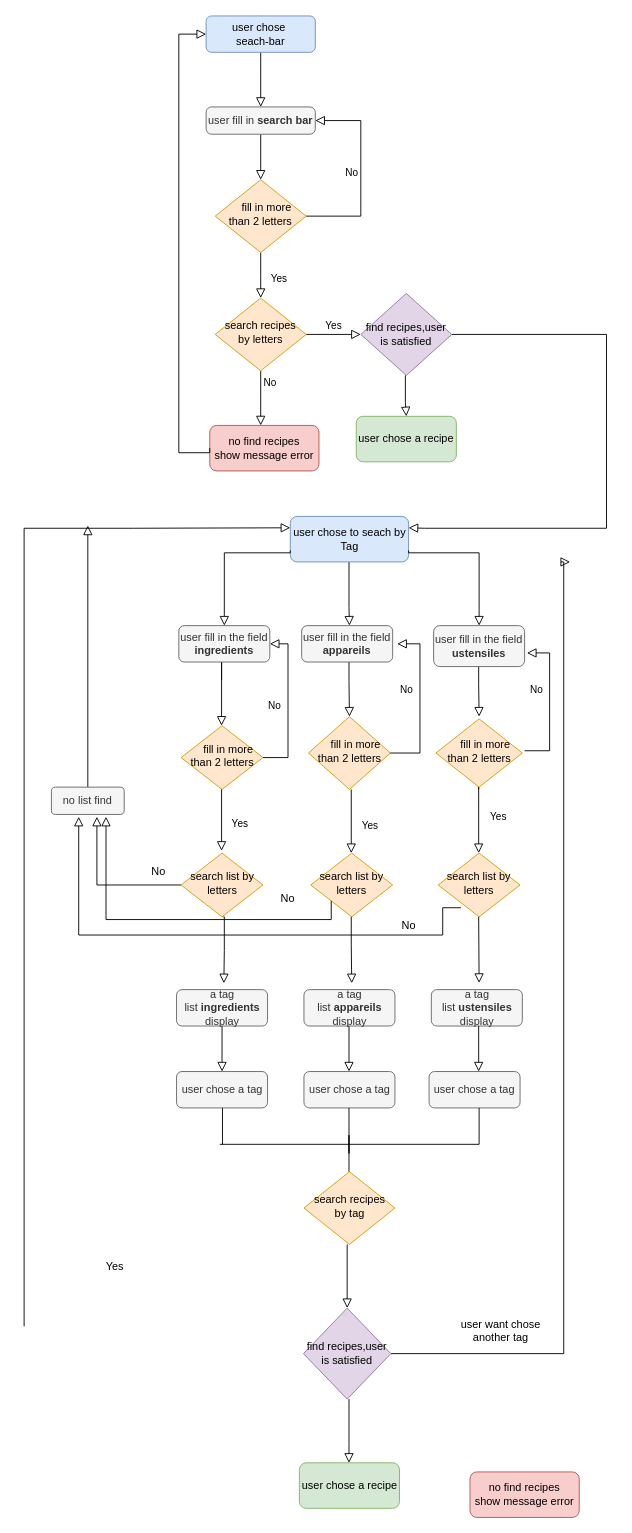
Above: Diagramme sans nom.drawio in YU-KENT/les-petits-plats (draw.io), before the change. Source tidied: cells renumbered, new cells numbered last; positions are measured from the earlier drawing's top-left corner, leaving out a move shared by most shapes. Both pictures are drawn from the tidied source at 91%, with x=0, y=0 at pixel (24, 15).
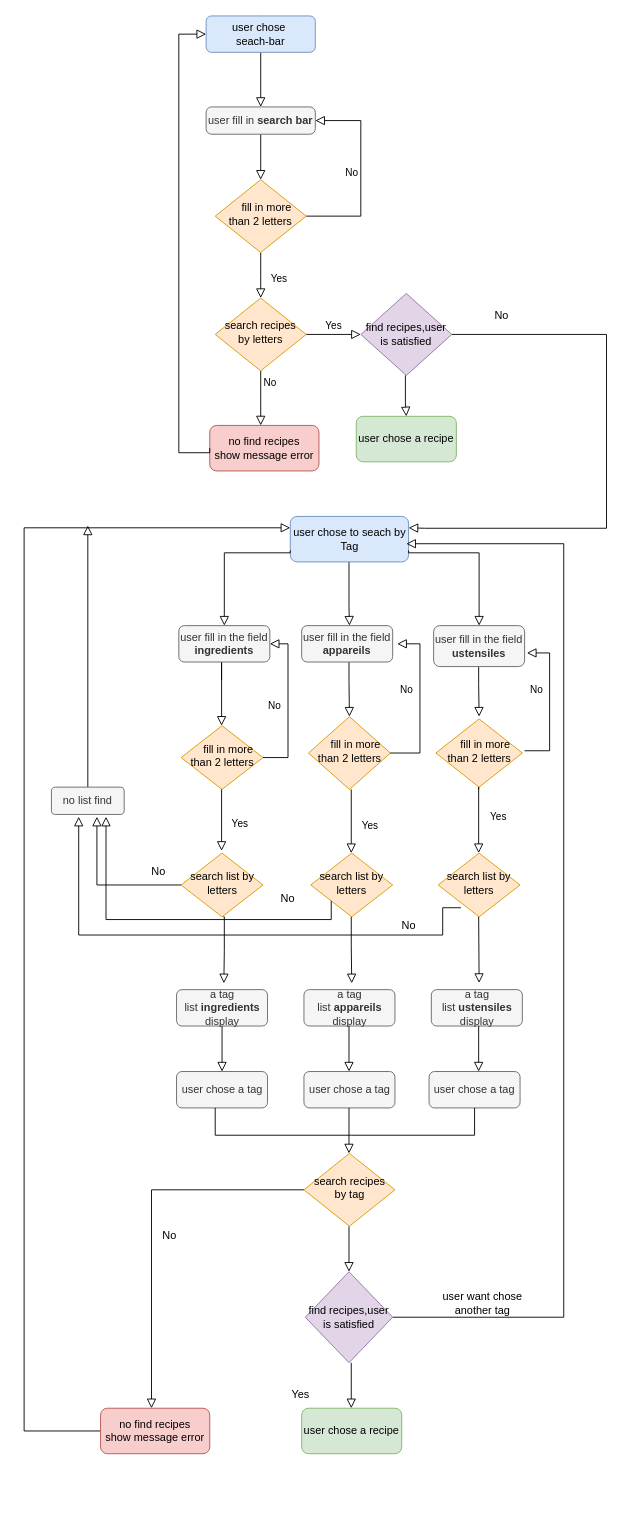
The same page after the edit.

Commit message:
Mettre à jour Diagramme sans nom.drawio

Unchanged cells that the change refers to:
```xml
<mxCell id="9" value="&amp;nbsp; &amp;nbsp; fill in more than 2 letters" style="rhombus;whiteSpace=wrap;html=1;shadow=0;fontFamily=Helvetica;fontSize=12;align=center;strokeWidth=1;spacing=6;spacingTop=-4;fillColor=#ffe6cc;strokeColor=#d79b00;" parent="1" vertex="1">
  <mxGeometry x="210" y="180" width="100" height="80" as="geometry" />
</mxCell>
<mxCell id="32" value="user chose to seach by Tag" style="rounded=1;whiteSpace=wrap;html=1;fontSize=12;glass=0;strokeWidth=1;shadow=0;fillColor=#dae8fc;strokeColor=#6c8ebf;" parent="1" vertex="1">
  <mxGeometry x="292.5" y="550" width="130" height="50" as="geometry" />
</mxCell>
<mxCell id="46" value="user chose a tag" style="rounded=1;whiteSpace=wrap;html=1;fillColor=#f5f5f5;fontColor=#333333;strokeColor=#666666;" parent="1" vertex="1">
  <mxGeometry x="445" y="1160" width="100" height="40" as="geometry" />
</mxCell>
```

Diff of the diagram source:
```diff
@@
     <mxCell id="2" style="rounded=0;html=1;jettySize=auto;orthogonalLoop=1;fontSize=11;endArrow=block;endFill=0;endSize=8;strokeWidth=1;shadow=0;labelBackgroundColor=none;edgeStyle=orthogonalEdgeStyle;startArrow=none;" parent="1" edge="1">
       <mxGeometry relative="1" as="geometry">
-        <mxPoint x="357" y="1520" as="sourcePoint" />
-        <mxPoint x="357" y="1590" as="targetPoint" />
+        <mxPoint x="359.5" y="1480" as="sourcePoint" />
+        <mxPoint x="359.5" y="1530" as="targetPoint" />
         <Array as="points">
-          <mxPoint x="357.5" y="1570" />
-          <mxPoint x="357.5" y="1570" />
+          <mxPoint x="360" y="1530" />
+          <mxPoint x="360" y="1530" />
         </Array>
       </mxGeometry>
     </mxCell>
     <mxCell id="3" style="rounded=0;html=1;jettySize=auto;orthogonalLoop=1;fontSize=11;endArrow=block;endFill=0;endSize=8;strokeWidth=1;shadow=0;labelBackgroundColor=none;edgeStyle=orthogonalEdgeStyle;startArrow=none;" parent="1" edge="1">
       <mxGeometry relative="1" as="geometry">
-        <mxPoint x="355" y="1350" as="sourcePoint" />
-        <mxPoint x="355" y="1420" as="targetPoint" />
+        <mxPoint x="357" y="1330" as="sourcePoint" />
+        <mxPoint x="357" y="1380" as="targetPoint" />
         <Array as="points">
-          <mxPoint x="355" y="1350" />
-          <mxPoint x="355" y="1400" />
+          <mxPoint x="357" y="1330" />
+          <mxPoint x="357" y="1380" />
         </Array>
       </mxGeometry>
     </mxCell>
@@
     <mxCell id="7" value="Yes" style="rounded=0;html=1;jettySize=auto;fontSize=11;endArrow=block;endFill=0;endSize=8;strokeWidth=1;shadow=0;labelBackgroundColor=none;edgeStyle=orthogonalEdgeStyle;" parent="1" edge="1" source="9">
-      <mxGeometry x="0.15" y="20" relative="1" as="geometry">
+      <mxGeometry x="0.16" y="20" relative="1" as="geometry">
         <mxPoint x="260" y="310" as="targetPoint" />
       </mxGeometry>
     </mxCell>
@@
-    <mxCell id="24" style="rounded=0;html=1;jettySize=auto;fontSize=11;endArrow=block;endFill=0;endSize=8;strokeWidth=1;shadow=0;labelBackgroundColor=none;edgeStyle=orthogonalEdgeStyle;startArrow=none;entryX=0;entryY=0.25;entryDx=0;entryDy=0;entryPerimeter=0;" parent="1" edge="1" target="32">
+    <mxCell id="24" style="rounded=0;html=1;jettySize=auto;fontSize=11;endArrow=block;endFill=0;endSize=8;strokeWidth=1;shadow=0;labelBackgroundColor=none;edgeStyle=orthogonalEdgeStyle;startArrow=none;entryX=0;entryY=0.25;entryDx=0;entryDy=0;entryPerimeter=0;exitX=0;exitY=0.5;exitDx=0;exitDy=0;" parent="1" edge="1" source="72" target="32">
       <mxGeometry relative="1" as="geometry">
-        <mxPoint y="1440" as="sourcePoint" />
         <Array as="points">
+          <mxPoint y="1555" />
           <mxPoint y="563" />
-          <mxPoint x="120" y="563" />
         </Array>
       </mxGeometry>
     </mxCell>
@@
-    <mxCell id="52" style="rounded=0;html=1;jettySize=auto;orthogonalLoop=1;fontSize=11;endArrow=block;endFill=0;endSize=8;strokeWidth=1;shadow=0;labelBackgroundColor=none;edgeStyle=orthogonalEdgeStyle;startArrow=none;" parent="1" edge="1">
+    <mxCell id="52" style="rounded=0;html=1;jettySize=auto;fontSize=11;endArrow=block;endFill=0;endSize=8;strokeWidth=1;shadow=0;labelBackgroundColor=none;edgeStyle=orthogonalEdgeStyle;startArrow=none;exitX=1;exitY=0.5;exitDx=0;exitDy=0;" parent="1" edge="1" source="65">
       <mxGeometry relative="1" as="geometry">
-        <mxPoint x="403" y="1470" as="sourcePoint" />
-        <mxPoint x="600" y="600" as="targetPoint" />
+        <mxPoint x="420" y="580" as="targetPoint" />
         <Array as="points">
-          <mxPoint x="593" y="1470" />
+          <mxPoint x="593" y="1430" />
+          <mxPoint x="593" y="580" />
         </Array>
       </mxGeometry>
     </mxCell>
     <mxCell id="53" value="Yes" style="text;html=1;strokeColor=none;fillColor=none;align=center;verticalAlign=middle;whiteSpace=wrap;rounded=0;" parent="1" vertex="1">
-      <mxGeometry x="70" y="1360" width="60" height="30" as="geometry" />
+      <mxGeometry x="274" y="1500" width="60" height="30" as="geometry" />
     </mxCell>
@@
     <mxCell id="64" value="search recipes by tag" style="rhombus;whiteSpace=wrap;html=1;shadow=0;fontFamily=Helvetica;fontSize=12;align=center;strokeWidth=1;spacing=6;spacingTop=-4;fillColor=#ffe6cc;strokeColor=#d79b00;" parent="1" vertex="1">
-      <mxGeometry x="307.5" y="1270" width="100" height="80" as="geometry" />
+      <mxGeometry x="307.5" y="1250" width="100" height="80" as="geometry" />
     </mxCell>
     <mxCell id="65" value="find recipes,user is satisfied" style="rhombus;whiteSpace=wrap;html=1;fillColor=#e1d5e7;strokeColor=#9673a6;" parent="1" vertex="1">
-      <mxGeometry x="307" y="1420" width="96" height="100" as="geometry" />
+      <mxGeometry x="309" y="1380" width="96" height="100" as="geometry" />
     </mxCell>
@@
-    <mxCell id="67" style="endArrow=none;html=1;rounded=0;strokeColor=default;" parent="1" edge="1">
-      <mxGeometry relative="1" as="geometry">
-        <mxPoint x="218" y="1240" as="sourcePoint" />
-        <mxPoint x="218" y="1200" as="targetPoint" />
-      </mxGeometry>
-    </mxCell>
-    <mxCell id="68" style="endArrow=none;html=1;rounded=0;strokeColor=default;" parent="1" edge="1">
-      <mxGeometry relative="1" as="geometry">
-        <mxPoint x="357" y="1240" as="sourcePoint" />
-        <mxPoint x="357" y="1200" as="targetPoint" />
-      </mxGeometry>
-    </mxCell>
-    <mxCell id="69" style="endArrow=none;html=1;rounded=0;strokeColor=default;" parent="1" edge="1">
-      <mxGeometry relative="1" as="geometry">
-        <mxPoint x="500" y="1240" as="sourcePoint" />
-        <mxPoint x="500" y="1200" as="targetPoint" />
-      </mxGeometry>
-    </mxCell>
-    <mxCell id="70" style="endArrow=none;html=1;rounded=0;strokeColor=default;" parent="1" edge="1">
+    <mxCell id="70" style="endArrow=none;html=1;rounded=0;strokeColor=default;entryX=0.5;entryY=1;entryDx=0;entryDy=0;" parent="1" edge="1" target="46">
       <mxGeometry relative="1" as="geometry">
-        <mxPoint x="215" y="1240" as="sourcePoint" />
-        <mxPoint x="500" y="1240" as="targetPoint" />
+        <mxPoint x="210" y="1200" as="sourcePoint" />
+        <Array as="points">
+          <mxPoint x="210" y="1230" />
+          <mxPoint x="360" y="1230" />
+          <mxPoint x="495" y="1230" />
+        </Array>
       </mxGeometry>
     </mxCell>
-    <mxCell id="71" style="endArrow=none;html=1;rounded=0;strokeColor=default;" parent="1" edge="1">
-      <mxGeometry relative="1" as="geometry">
-        <mxPoint x="357" y="1240" as="sourcePoint" />
-        <mxPoint x="357" y="1270" as="targetPoint" />
-        <Array as="points">
-          <mxPoint x="357" y="1250" />
-          <mxPoint x="357" y="1230" />
-        </Array>
-      </mxGeometry>
-    </mxCell>
     <mxCell id="72" value="no find recipes&lt;br&gt;show message error" style="rounded=1;whiteSpace=wrap;html=1;fontSize=12;glass=0;strokeWidth=1;shadow=0;fillColor=#f8cecc;strokeColor=#b85450;" parent="1" vertex="1">
-      <mxGeometry x="490" y="1600" width="120" height="50" as="geometry" />
+      <mxGeometry x="84" y="1530" width="120" height="50" as="geometry" />
     </mxCell>
     <mxCell id="73" value="user chose a recipe" style="rounded=1;whiteSpace=wrap;html=1;fontSize=12;glass=0;strokeWidth=1;shadow=0;fillColor=#d5e8d4;strokeColor=#82b366;" parent="1" vertex="1">
-      <mxGeometry x="302.5" y="1590" width="110" height="50" as="geometry" />
+      <mxGeometry x="305" y="1530" width="110" height="50" as="geometry" />
     </mxCell>
@@
     <mxCell id="76" value="user want chose another tag" style="text;html=1;strokeColor=none;fillColor=none;align=center;verticalAlign=middle;whiteSpace=wrap;rounded=0;" parent="1" vertex="1">
-      <mxGeometry x="475" y="1430" width="97.5" height="30" as="geometry" />
+      <mxGeometry x="455" y="1400" width="97.5" height="30" as="geometry" />
     </mxCell>
+    <mxCell id="77" style="rounded=0;html=1;jettySize=auto;fontSize=11;endArrow=block;endFill=0;endSize=8;strokeWidth=1;shadow=0;labelBackgroundColor=none;edgeStyle=orthogonalEdgeStyle;startArrow=none;exitX=0;exitY=0.5;exitDx=0;exitDy=0;" parent="1" edge="1" source="64">
+      <mxGeometry relative="1" as="geometry">
+        <mxPoint x="140" y="1530" as="targetPoint" />
+        <Array as="points">
+          <mxPoint x="140" y="1290" />
+        </Array>
+      </mxGeometry>
+    </mxCell>
+    <mxCell id="78" value="No" style="text;html=1;strokeColor=none;fillColor=none;align=center;verticalAlign=middle;whiteSpace=wrap;rounded=0;" parent="1" vertex="1">
+      <mxGeometry x="140" y="1330" width="40" height="20" as="geometry" />
+    </mxCell>
+    <mxCell id="79" style="edgeStyle=orthogonalEdgeStyle;rounded=0;orthogonalLoop=1;jettySize=auto;html=1;exitX=0.5;exitY=1;exitDx=0;exitDy=0;strokeColor=default;" parent="1" edge="1" source="73" target="73">
+      <mxGeometry relative="1" as="geometry" />
+    </mxCell>
+    <mxCell id="80" value="No" style="text;html=1;strokeColor=none;fillColor=none;align=center;verticalAlign=middle;whiteSpace=wrap;rounded=0;" parent="1" vertex="1">
+      <mxGeometry x="505" y="320" width="40" height="20" as="geometry" />
+    </mxCell>
+    <mxCell id="81" style="rounded=0;html=1;jettySize=auto;orthogonalLoop=1;fontSize=11;endArrow=block;endFill=0;endSize=8;strokeWidth=1;shadow=0;labelBackgroundColor=none;edgeStyle=orthogonalEdgeStyle;startArrow=none;" parent="1" edge="1">
+      <mxGeometry relative="1" as="geometry">
+        <mxPoint x="357" y="1200" as="sourcePoint" />
+        <mxPoint x="357" y="1250" as="targetPoint" />
+        <Array as="points">
+          <mxPoint x="357" y="1200" />
+          <mxPoint x="357" y="1250" />
+        </Array>
+      </mxGeometry>
+    </mxCell>
```
